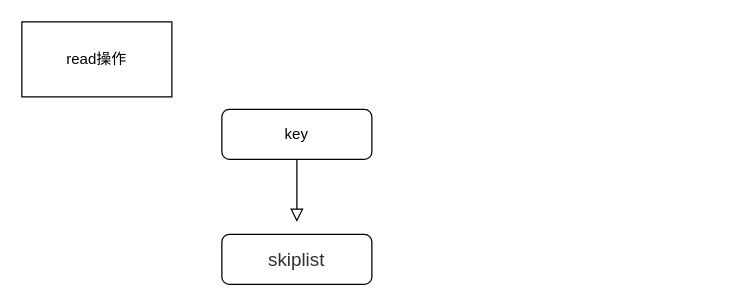
Earlier version of the draw.io diagram images/01_rockdb.drawio (watchpoints/weekly). Source tidied: cells renumbered, new cells numbered last; positions are measured from the earlier drawing's top-left corner, leaving out a move shared by most shapes. Both pictures are drawn from the tidied source at 125%, with x=0, y=0 at pixel (21, 21).
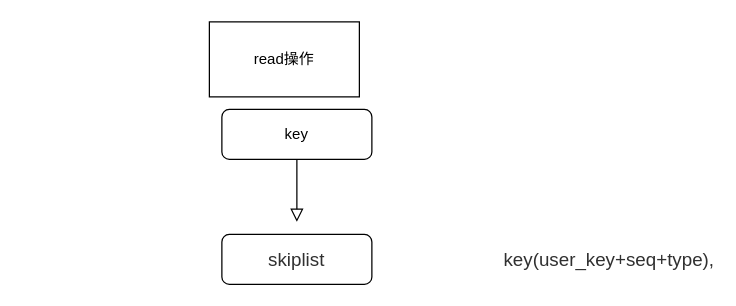
Above is the later version.

Change to the diagram source:
```diff
@@
 <mxGraphModel>
   <root>
     <mxCell id="0" />
     <mxCell id="1" parent="0" />
     <mxCell id="2" style="rounded=0;html=1;jettySize=auto;fontSize=11;endArrow=block;endFill=0;endSize=8;strokeWidth=1;shadow=0;labelBackgroundColor=none;edgeStyle=orthogonalEdgeStyle;" parent="1" edge="1" source="3">
       <mxGeometry relative="1" as="geometry">
         <mxPoint x="220" y="160" as="targetPoint" />
       </mxGeometry>
     </mxCell>
     <mxCell id="3" value="key" style="rounded=1;whiteSpace=wrap;html=1;fontSize=12;glass=0;strokeWidth=1;shadow=0;" parent="1" vertex="1">
       <mxGeometry x="160" y="70" width="120" height="40" as="geometry" />
     </mxCell>
     <mxCell id="4" value="&lt;span style=&quot;color: rgb(48 , 48 , 48) ; font-family: &amp;#34;avenir&amp;#34; , &amp;#34;microsoft yahei&amp;#34; , &amp;#34;hiragino sans gb&amp;#34; , &amp;#34;microsoft sans serif&amp;#34; , &amp;#34;wenquanyi micro hei&amp;#34; , sans-serif ; font-size: 15px ; text-align: left ; background-color: rgb(255 , 255 , 255)&quot;&gt;skiplist&lt;/span&gt;" style="rounded=1;whiteSpace=wrap;html=1;fontSize=12;glass=0;strokeWidth=1;shadow=0;" parent="1" vertex="1">
       <mxGeometry x="160" y="170" width="120" height="40" as="geometry" />
     </mxCell>
     <mxCell id="5" value="read操作" style="rounded=0;whiteSpace=wrap;html=1;" parent="1" vertex="1">
-      <mxGeometry width="120" height="60" as="geometry" />
+      <mxGeometry x="150" width="120" height="60" as="geometry" />
     </mxCell>
+    <mxCell id="6" value="&lt;span style=&quot;color: rgb(48 , 48 , 48) ; font-family: &amp;#34;avenir&amp;#34; , &amp;#34;microsoft yahei&amp;#34; , &amp;#34;hiragino sans gb&amp;#34; , &amp;#34;microsoft sans serif&amp;#34; , &amp;#34;wenquanyi micro hei&amp;#34; , sans-serif ; font-size: 15px ; text-align: left ; background-color: rgb(255 , 255 , 255)&quot;&gt;key(user_key+seq+type),&lt;/span&gt;" style="text;html=1;strokeColor=none;fillColor=none;align=center;verticalAlign=middle;whiteSpace=wrap;rounded=0;" parent="1" vertex="1">
+      <mxGeometry x="450" y="180" width="40" height="20" as="geometry" />
+    </mxCell>
   </root>
 </mxGraphModel>
```
